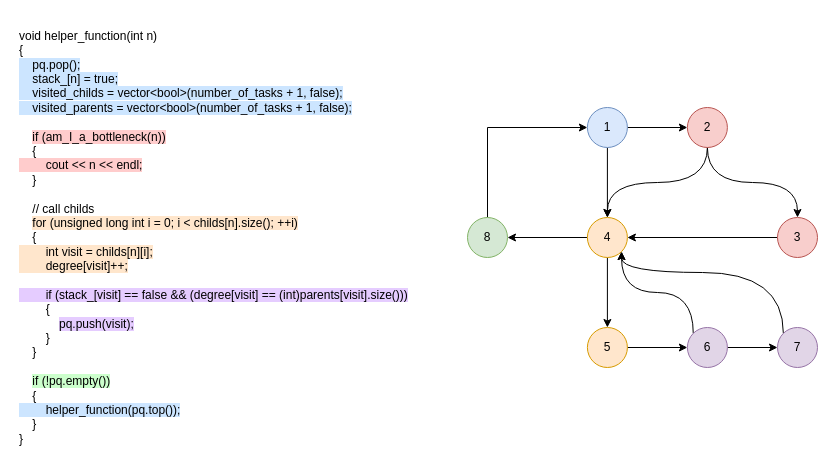
This is part2/diagrams/control_flow/helper_function.drawio from Squalexy/QCS-Project, a draw.io file, before an edit. Source tidied: cells renumbered, new cells numbered last; positions are measured from the earlier drawing's top-left corner, leaving out a move shared by most shapes. Both pictures are drawn from the tidied source at 100%, with x=0, y=0 at pixel (17, 17).
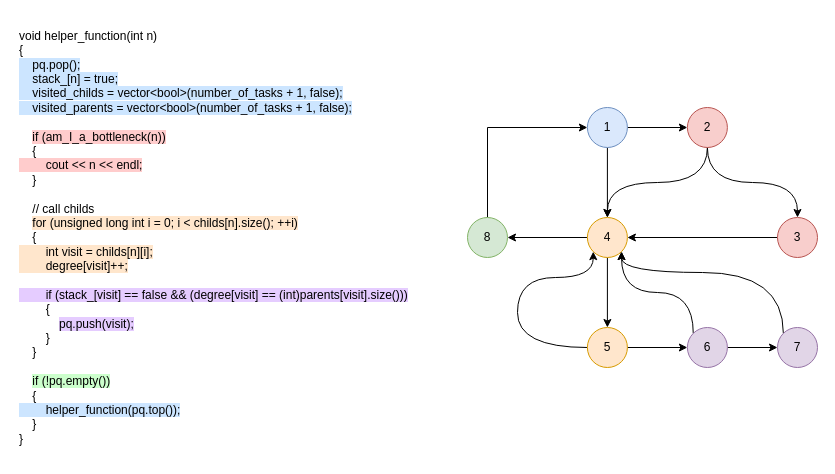
The same page after the edit.

Commit message (it also covers changes not shown here):
another one...

The change refers to these unchanged cells:
```xml
<mxCell id="14" value="4" style="ellipse;whiteSpace=wrap;html=1;fillColor=#ffe6cc;strokeColor=#d79b00;" parent="1" vertex="1">
  <mxGeometry x="569.9" y="200" width="40" height="40" as="geometry" />
</mxCell>
<mxCell id="16" value="5" style="ellipse;whiteSpace=wrap;html=1;fillColor=#ffe6cc;strokeColor=#d79b00;" parent="1" vertex="1">
  <mxGeometry x="569.9" y="310" width="40" height="40" as="geometry" />
</mxCell>
```

What changed in the source:
```diff
@@
+    <mxCell id="24" style="edgeStyle=orthogonalEdgeStyle;jettySize=auto;html=1;exitX=0;exitY=0.5;exitDx=0;exitDy=0;entryX=0;entryY=1;entryDx=0;entryDy=0;curved=1;" parent="1" edge="1" source="16" target="14">
+      <mxGeometry relative="1" as="geometry">
+        <Array as="points">
+          <mxPoint x="500" y="330" />
+          <mxPoint x="500" y="260" />
+          <mxPoint x="576" y="260" />
+        </Array>
+      </mxGeometry>
+    </mxCell>
```
